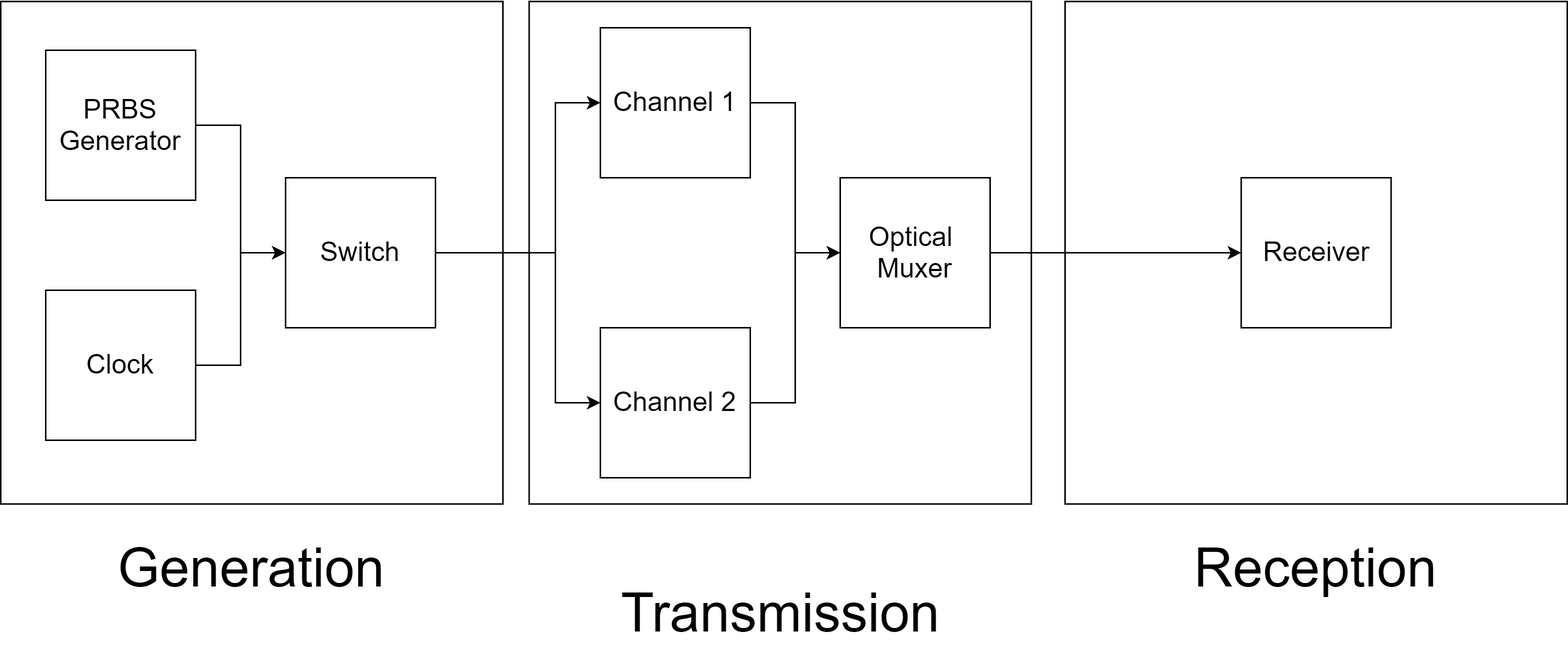
Above: img/overview.png in AmmarShaqeel/ucl-final (draw.io), before the change. Source tidied: cells renumbered, new cells last; positions are measured from the earlier drawing's top-left corner, leaving out a move shared by most shapes. The source it was exported from:
```xml
<mxGraphModel>
  <root>
    <mxCell id="0" />
    <mxCell id="1" parent="0" />
    <mxCell id="2" style="whiteSpace=wrap;html=1;fillColor=#FFFFFF;" parent="1" vertex="1">
      <mxGeometry y="-0.5" width="335" height="335" as="geometry" />
    </mxCell>
    <mxCell id="3" style="whiteSpace=wrap;html=1;fillColor=#FFFFFF;" parent="1" vertex="1">
      <mxGeometry x="710" y="-0.5" width="335" height="335" as="geometry" />
    </mxCell>
    <mxCell id="4" style="whiteSpace=wrap;html=1;fillColor=#FFFFFF;" parent="1" vertex="1">
      <mxGeometry x="352.5" y="-0.5" width="335" height="335" as="geometry" />
    </mxCell>
    <mxCell id="5" style="edgeStyle=orthogonalEdgeStyle;rounded=0;jettySize=auto;html=1;" parent="1" edge="1" source="6" target="15">
      <mxGeometry relative="1" as="geometry" />
    </mxCell>
    <mxCell id="6" value="&lt;font style=&quot;font-size: 18px&quot;&gt;PRBS&lt;br&gt;Generator&lt;/font&gt;" style="whiteSpace=wrap;html=1;" parent="1" vertex="1">
      <mxGeometry x="30" y="32" width="100" height="100" as="geometry" />
    </mxCell>
    <mxCell id="7" style="edgeStyle=orthogonalEdgeStyle;rounded=0;jettySize=auto;html=1;entryX=0;entryY=0.5;entryDx=0;entryDy=0;" parent="1" edge="1" source="8" target="16">
      <mxGeometry relative="1" as="geometry" />
    </mxCell>
    <mxCell id="8" value="&lt;font style=&quot;font-size: 18px&quot;&gt;Optical&amp;nbsp;&lt;br&gt;Muxer&lt;br&gt;&lt;/font&gt;" style="whiteSpace=wrap;html=1;" parent="1" vertex="1">
      <mxGeometry x="560" y="117" width="100" height="100" as="geometry" />
    </mxCell>
    <mxCell id="9" style="edgeStyle=orthogonalEdgeStyle;rounded=0;jettySize=auto;html=1;entryX=0;entryY=0.5;entryDx=0;entryDy=0;" parent="1" edge="1" source="10" target="8">
      <mxGeometry relative="1" as="geometry" />
    </mxCell>
    <mxCell id="10" value="&lt;font style=&quot;font-size: 18px&quot;&gt;Channel 1&lt;/font&gt;" style="whiteSpace=wrap;html=1;" parent="1" vertex="1">
      <mxGeometry x="400" y="17" width="100" height="100" as="geometry" />
    </mxCell>
    <mxCell id="11" style="edgeStyle=orthogonalEdgeStyle;rounded=0;jettySize=auto;html=1;" parent="1" edge="1" source="12" target="8">
      <mxGeometry relative="1" as="geometry">
        <Array as="points">
          <mxPoint x="530" y="267" />
          <mxPoint x="530" y="167" />
        </Array>
      </mxGeometry>
    </mxCell>
    <mxCell id="12" value="&lt;font style=&quot;font-size: 18px&quot;&gt;Channel 2&lt;/font&gt;" style="whiteSpace=wrap;html=1;" parent="1" vertex="1">
      <mxGeometry x="400" y="217" width="100" height="100" as="geometry" />
    </mxCell>
    <mxCell id="13" style="edgeStyle=orthogonalEdgeStyle;rounded=0;jettySize=auto;html=1;entryX=0;entryY=0.5;entryDx=0;entryDy=0;" parent="1" edge="1" source="15" target="10">
      <mxGeometry relative="1" as="geometry">
        <Array as="points">
          <mxPoint x="370" y="167" />
          <mxPoint x="370" y="67" />
        </Array>
      </mxGeometry>
    </mxCell>
    <mxCell id="14" style="edgeStyle=orthogonalEdgeStyle;rounded=0;jettySize=auto;html=1;" parent="1" edge="1" source="15" target="12">
      <mxGeometry relative="1" as="geometry">
        <Array as="points">
          <mxPoint x="370" y="167" />
          <mxPoint x="370" y="267" />
        </Array>
      </mxGeometry>
    </mxCell>
    <mxCell id="15" value="&lt;font style=&quot;font-size: 18px&quot;&gt;Switch&lt;/font&gt;" style="whiteSpace=wrap;html=1;" parent="1" vertex="1">
      <mxGeometry x="190" y="117" width="100" height="100" as="geometry" />
    </mxCell>
    <mxCell id="16" value="&lt;font style=&quot;font-size: 18px&quot;&gt;Receiver&lt;/font&gt;" style="whiteSpace=wrap;html=1;" parent="1" vertex="1">
      <mxGeometry x="827.5" y="117" width="100" height="100" as="geometry" />
    </mxCell>
    <mxCell id="17" value="&lt;font style=&quot;font-size: 36px&quot;&gt;Transmission&lt;/font&gt;" style="text;html=1;strokeColor=none;fillColor=none;align=center;verticalAlign=middle;whiteSpace=wrap;rounded=0;" parent="1" vertex="1">
      <mxGeometry x="412.5" y="382" width="215" height="50" as="geometry" />
    </mxCell>
    <mxCell id="18" value="&lt;font style=&quot;font-size: 36px&quot;&gt;Reception&lt;/font&gt;" style="text;html=1;strokeColor=none;fillColor=none;align=center;verticalAlign=middle;whiteSpace=wrap;rounded=0;" parent="1" vertex="1">
      <mxGeometry x="770" y="352" width="215" height="50" as="geometry" />
    </mxCell>
    <mxCell id="19" value="&lt;font style=&quot;font-size: 36px&quot;&gt;Generation&lt;/font&gt;" style="text;html=1;strokeColor=none;fillColor=none;align=center;verticalAlign=middle;whiteSpace=wrap;rounded=0;" parent="1" vertex="1">
      <mxGeometry x="60" y="352" width="215" height="50" as="geometry" />
    </mxCell>
    <mxCell id="20" style="edgeStyle=orthogonalEdgeStyle;rounded=0;jettySize=auto;html=1;entryX=0;entryY=0.5;entryDx=0;entryDy=0;" parent="1" edge="1" source="21" target="15">
      <mxGeometry relative="1" as="geometry" />
    </mxCell>
    <mxCell id="21" value="&lt;font style=&quot;font-size: 18px&quot;&gt;Clock&lt;br&gt;&lt;/font&gt;" style="whiteSpace=wrap;html=1;" parent="1" vertex="1">
      <mxGeometry x="30" y="192" width="100" height="100" as="geometry" />
    </mxCell>
  </root>
</mxGraphModel>
```
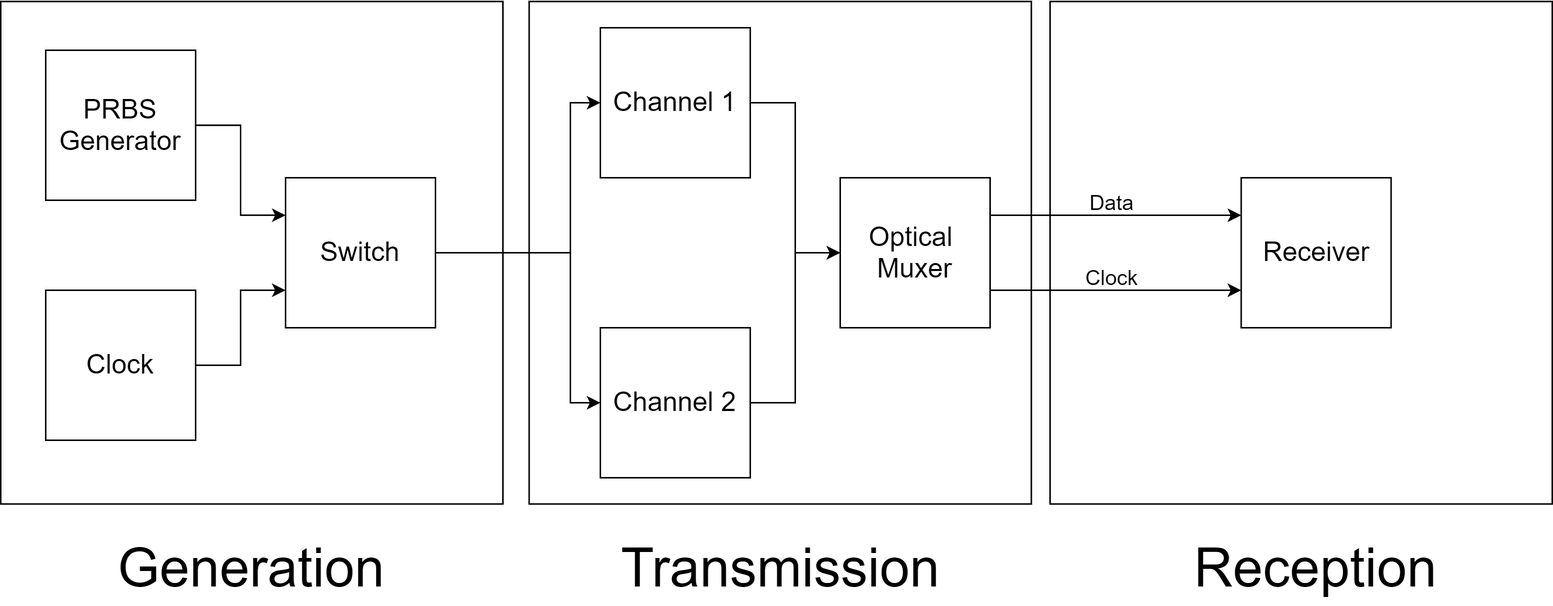
The same file after the commit.

Diff of the diagram source:
```diff
@@ -6,20 +6,33 @@
       <mxGeometry y="-0.5" width="335" height="335" as="geometry" />
     </mxCell>
     <mxCell id="3" style="whiteSpace=wrap;html=1;fillColor=#FFFFFF;" parent="1" vertex="1">
-      <mxGeometry x="710" y="-0.5" width="335" height="335" as="geometry" />
+      <mxGeometry x="700" y="-0.5" width="335" height="335" as="geometry" />
     </mxCell>
     <mxCell id="4" style="whiteSpace=wrap;html=1;fillColor=#FFFFFF;" parent="1" vertex="1">
       <mxGeometry x="352.5" y="-0.5" width="335" height="335" as="geometry" />
     </mxCell>
-    <mxCell id="5" style="edgeStyle=orthogonalEdgeStyle;rounded=0;jettySize=auto;html=1;" parent="1" edge="1" source="6" target="15">
+    <mxCell id="5" style="edgeStyle=orthogonalEdgeStyle;rounded=0;jettySize=auto;html=1;entryX=0;entryY=0.25;entryDx=0;entryDy=0;" parent="1" edge="1" source="6" target="15">
       <mxGeometry relative="1" as="geometry" />
     </mxCell>
     <mxCell id="6" value="&lt;font style=&quot;font-size: 18px&quot;&gt;PRBS&lt;br&gt;Generator&lt;/font&gt;" style="whiteSpace=wrap;html=1;" parent="1" vertex="1">
       <mxGeometry x="30" y="32" width="100" height="100" as="geometry" />
     </mxCell>
-    <mxCell id="7" style="edgeStyle=orthogonalEdgeStyle;rounded=0;jettySize=auto;html=1;entryX=0;entryY=0.5;entryDx=0;entryDy=0;" parent="1" edge="1" source="8" target="16">
-      <mxGeometry relative="1" as="geometry" />
-    </mxCell>
+    <mxCell id="22" style="edgeStyle=orthogonalEdgeStyle;rounded=0;jettySize=auto;html=1;exitX=1;exitY=0.25;exitDx=0;exitDy=0;entryX=0;entryY=0.25;entryDx=0;entryDy=0;" parent="1" edge="1" source="8" target="16">
+      <mxGeometry relative="1" as="geometry" />
+    </mxCell>
+    <mxCell id="23" value="&lt;font style=&quot;font-size: 14px&quot;&gt;Data&lt;/font&gt;" style="edgeLabel;html=1;align=center;verticalAlign=middle;" parent="22" vertex="1">
+      <mxGeometry x="0.36" y="-2" relative="1" as="geometry">
+        <mxPoint x="-34" y="-12" as="offset" />
+      </mxGeometry>
+    </mxCell>
+    <mxCell id="24" style="edgeStyle=orthogonalEdgeStyle;rounded=0;jettySize=auto;html=1;exitX=1;exitY=0.75;exitDx=0;exitDy=0;entryX=0;entryY=0.75;entryDx=0;entryDy=0;" parent="1" edge="1" source="8" target="16">
+      <mxGeometry relative="1" as="geometry" />
+    </mxCell>
+    <mxCell id="25" value="&lt;font style=&quot;font-size: 14px&quot;&gt;Clock&lt;/font&gt;" style="edgeLabel;html=1;align=center;verticalAlign=middle;rotation=0;" parent="24" vertex="1">
+      <mxGeometry x="0.33" y="2" relative="1" as="geometry">
+        <mxPoint x="-31" y="-8" as="offset" />
+      </mxGeometry>
+    </mxCell>
     <mxCell id="8" value="&lt;font style=&quot;font-size: 18px&quot;&gt;Optical&amp;nbsp;&lt;br&gt;Muxer&lt;br&gt;&lt;/font&gt;" style="whiteSpace=wrap;html=1;" parent="1" vertex="1">
       <mxGeometry x="560" y="117" width="100" height="100" as="geometry" />
     </mxCell>
@@ -30,12 +43,7 @@
       <mxGeometry x="400" y="17" width="100" height="100" as="geometry" />
     </mxCell>
     <mxCell id="11" style="edgeStyle=orthogonalEdgeStyle;rounded=0;jettySize=auto;html=1;" parent="1" edge="1" source="12" target="8">
-      <mxGeometry relative="1" as="geometry">
-        <Array as="points">
-          <mxPoint x="530" y="267" />
-          <mxPoint x="530" y="167" />
-        </Array>
-      </mxGeometry>
+      <mxGeometry relative="1" as="geometry" />
     </mxCell>
     <mxCell id="12" value="&lt;font style=&quot;font-size: 18px&quot;&gt;Channel 2&lt;/font&gt;" style="whiteSpace=wrap;html=1;" parent="1" vertex="1">
       <mxGeometry x="400" y="217" width="100" height="100" as="geometry" />
@@ -43,16 +51,16 @@
     <mxCell id="13" style="edgeStyle=orthogonalEdgeStyle;rounded=0;jettySize=auto;html=1;entryX=0;entryY=0.5;entryDx=0;entryDy=0;" parent="1" edge="1" source="15" target="10">
       <mxGeometry relative="1" as="geometry">
         <Array as="points">
-          <mxPoint x="370" y="167" />
-          <mxPoint x="370" y="67" />
+          <mxPoint x="380" y="167" />
+          <mxPoint x="380" y="67" />
         </Array>
       </mxGeometry>
     </mxCell>
     <mxCell id="14" style="edgeStyle=orthogonalEdgeStyle;rounded=0;jettySize=auto;html=1;" parent="1" edge="1" source="15" target="12">
       <mxGeometry relative="1" as="geometry">
         <Array as="points">
-          <mxPoint x="370" y="167" />
-          <mxPoint x="370" y="267" />
+          <mxPoint x="380" y="167" />
+          <mxPoint x="380" y="267" />
         </Array>
       </mxGeometry>
     </mxCell>
@@ -63,7 +71,7 @@
       <mxGeometry x="827.5" y="117" width="100" height="100" as="geometry" />
     </mxCell>
     <mxCell id="17" value="&lt;font style=&quot;font-size: 36px&quot;&gt;Transmission&lt;/font&gt;" style="text;html=1;strokeColor=none;fillColor=none;align=center;verticalAlign=middle;whiteSpace=wrap;rounded=0;" parent="1" vertex="1">
-      <mxGeometry x="412.5" y="382" width="215" height="50" as="geometry" />
+      <mxGeometry x="412.5" y="352" width="215" height="50" as="geometry" />
     </mxCell>
     <mxCell id="18" value="&lt;font style=&quot;font-size: 36px&quot;&gt;Reception&lt;/font&gt;" style="text;html=1;strokeColor=none;fillColor=none;align=center;verticalAlign=middle;whiteSpace=wrap;rounded=0;" parent="1" vertex="1">
       <mxGeometry x="770" y="352" width="215" height="50" as="geometry" />
@@ -71,7 +79,7 @@
     <mxCell id="19" value="&lt;font style=&quot;font-size: 36px&quot;&gt;Generation&lt;/font&gt;" style="text;html=1;strokeColor=none;fillColor=none;align=center;verticalAlign=middle;whiteSpace=wrap;rounded=0;" parent="1" vertex="1">
       <mxGeometry x="60" y="352" width="215" height="50" as="geometry" />
     </mxCell>
-    <mxCell id="20" style="edgeStyle=orthogonalEdgeStyle;rounded=0;jettySize=auto;html=1;entryX=0;entryY=0.5;entryDx=0;entryDy=0;" parent="1" edge="1" source="21" target="15">
+    <mxCell id="20" style="edgeStyle=orthogonalEdgeStyle;rounded=0;jettySize=auto;html=1;entryX=0;entryY=0.75;entryDx=0;entryDy=0;" parent="1" edge="1" source="21" target="15">
       <mxGeometry relative="1" as="geometry" />
     </mxCell>
     <mxCell id="21" value="&lt;font style=&quot;font-size: 18px&quot;&gt;Clock&lt;br&gt;&lt;/font&gt;" style="whiteSpace=wrap;html=1;" parent="1" vertex="1">
```
